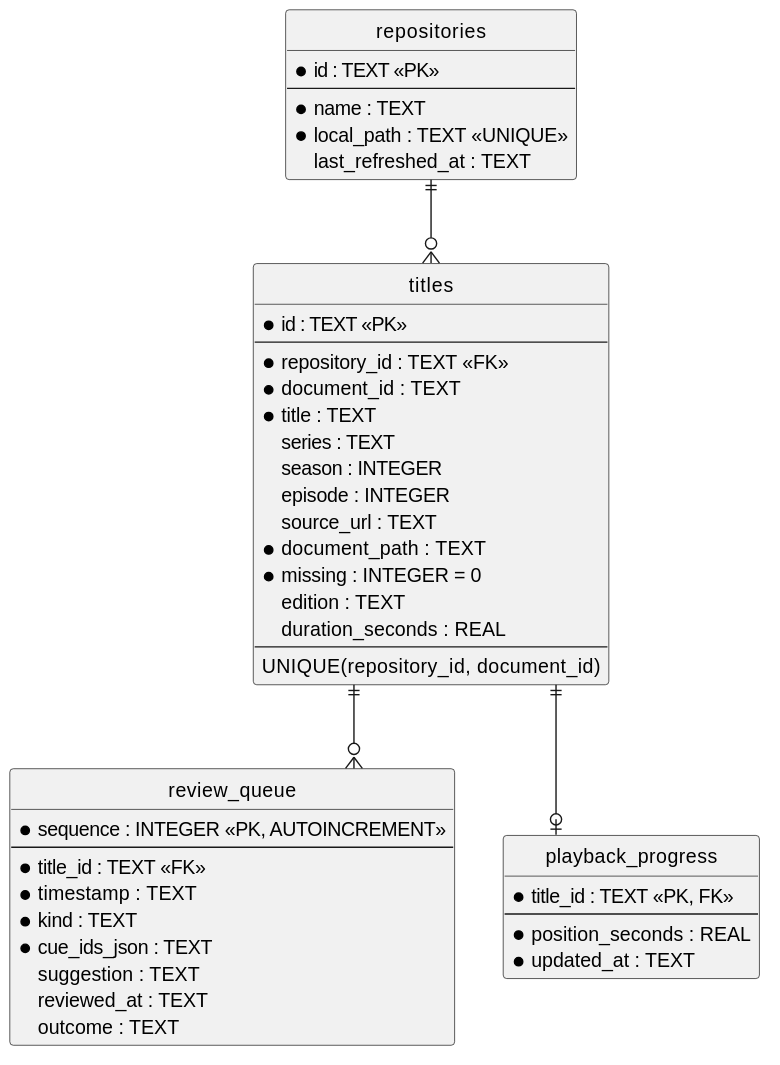
The PlantUML diagram docs/diagrams/database-schema.svg in parkie213/petites-roues, before a commit.
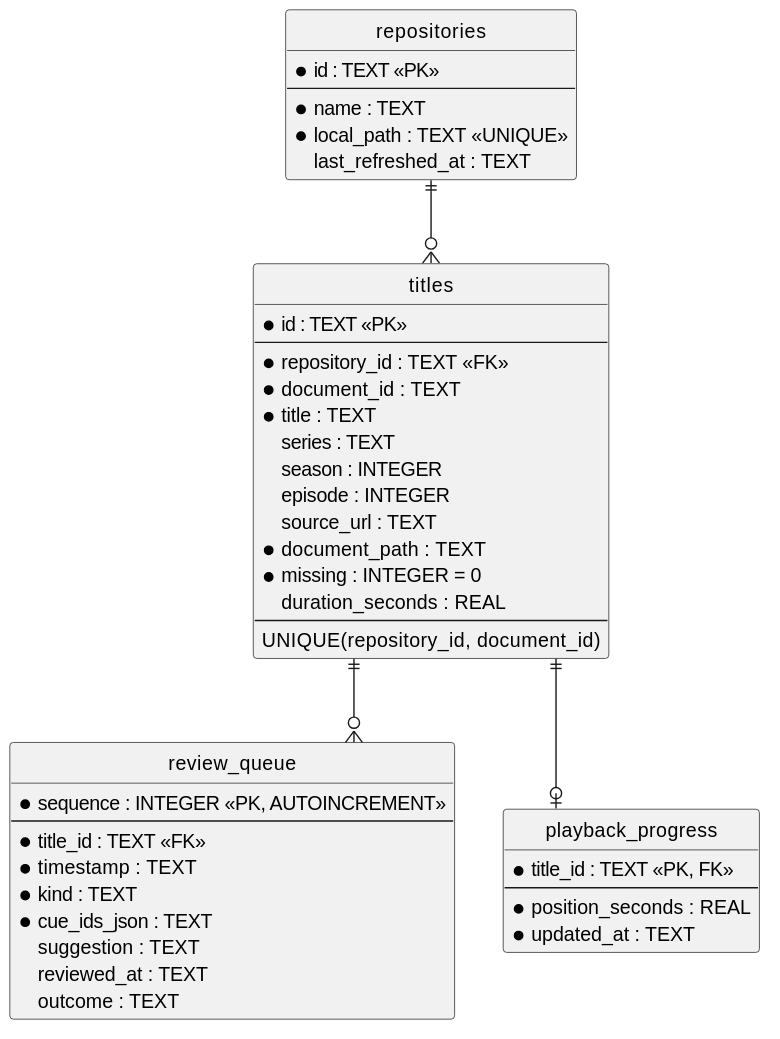
After the change.

Change to the diagram source:
```diff
@@ -23,7 +23,6 @@
   source_url : TEXT
   * document_path : TEXT
   * missing : INTEGER = 0
-  edition : TEXT
   duration_seconds : REAL
   --
   UNIQUE(repository_id, document_id)
```
